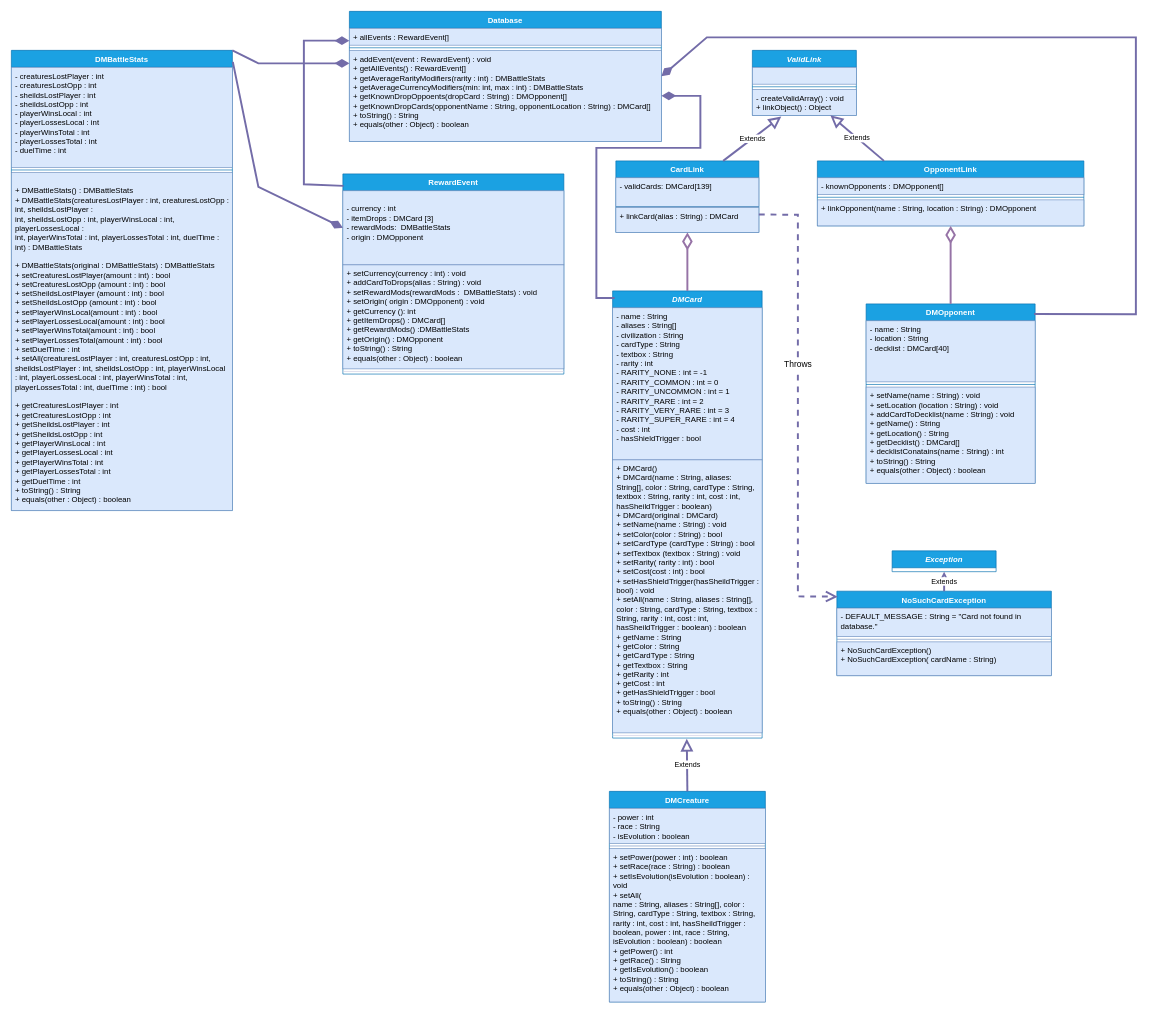
MiraCosta-Varga/cs112-ud1-oop-uml-schoolCorey keeps this draw.io diagram as UML.drawio. Above is the earlier version. Source tidied: cells renumbered, new cells numbered last; positions are measured from the earlier drawing's top-left corner, leaving out a move shared by most shapes. Both pictures are drawn from the tidied source at 65%, with x=0, y=0 at pixel (11, 11).
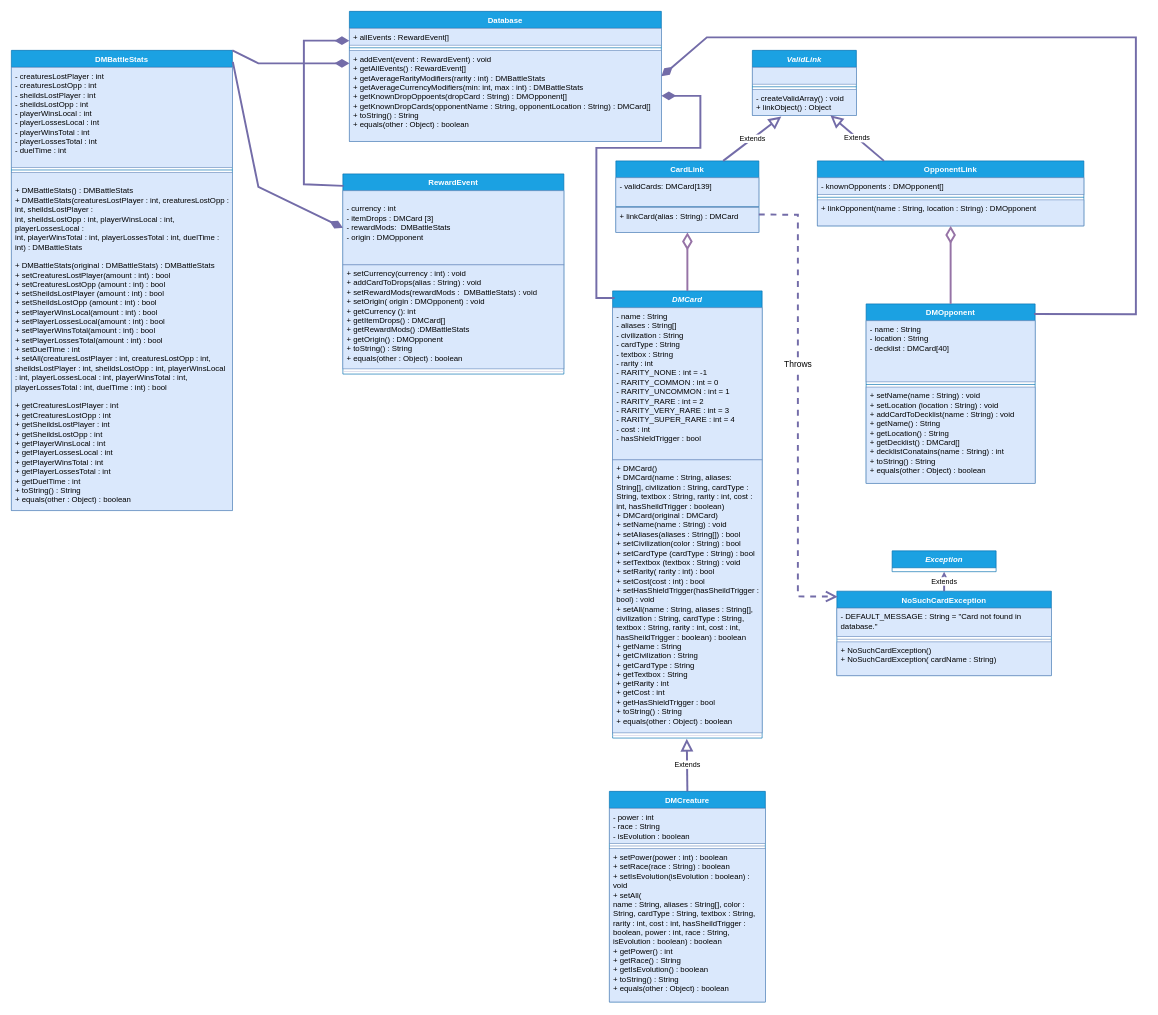
The same diagram, later.

Commit message (it also covers changes not shown here):
DMCard/Tester created up to contstructors.

Unchanged cells that the change refers to:
```xml
<mxCell id="6" value="&lt;i&gt;DMCard&lt;/i&gt;" style="swimlane;fontStyle=1;align=center;verticalAlign=top;horizontal=1;startSize=26;whiteSpace=wrap;html=1;rounded=0;labelBackgroundColor=none;fillColor=#1ba1e2;strokeColor=#006EAF;fontColor=#ffffff;" parent="1" vertex="1">
  <mxGeometry x="925" y="430" width="230" height="688" as="geometry" />
</mxCell>
```

Diff of the diagram source:
```diff
@@
-    <mxCell id="8" value="&lt;div&gt;+ DMCard()&lt;/div&gt;&lt;div&gt;+ DMCard(name : String, aliases: String[], color : String, cardType : String, textbox : String, rarity : int, cost : int, hasSheildTrigger : boolean)&lt;/div&gt;&lt;div&gt;+ DMCard(original : DMCard)&lt;br&gt;&lt;/div&gt;&lt;div&gt;+ setName(name : String) : void&lt;br&gt;&lt;/div&gt;&lt;div&gt;+ setColor(color : String) : bool&lt;br&gt;&lt;/div&gt;&lt;div&gt;+ setCardType (cardType : String) : bool&lt;br&gt;&lt;/div&gt;&lt;div&gt;+ setTextbox (textbox : String) : void&lt;br&gt;&lt;/div&gt;&lt;div&gt;+ setRarity( rarity : int) : bool&lt;br&gt;&lt;/div&gt;&lt;div&gt;+ setCost(cost : int) : bool&lt;br&gt;&lt;/div&gt;&lt;div&gt;+ setHasShieldTrigger(hasSheildTrigger : bool) : void&lt;/div&gt;&lt;div&gt;+ setAll(name : String, aliases : String[], color : String, cardType : String, textbox : String, rarity : int, cost : int, hasSheildTrigger : boolean) : boolean&lt;br&gt;&lt;/div&gt;&lt;div&gt;&lt;div&gt;+ getName : String&lt;/div&gt;&lt;div&gt;+ getColor : String&lt;br&gt;&lt;/div&gt;&lt;div&gt;+ getCardType : String&lt;/div&gt;&lt;div&gt;+ getTextbox : String&lt;br&gt;&lt;/div&gt;&lt;div&gt;+ getRarity : int&lt;/div&gt;&lt;div&gt;+ getCost : int&lt;/div&gt;&lt;div&gt;+ getHasShieldTrigger : bool&lt;br&gt;&lt;/div&gt;&lt;div&gt;+ toString() : String&lt;/div&gt;&lt;div&gt;+ equals(other : Object) : boolean&lt;br&gt;&lt;br&gt;&lt;/div&gt;&lt;br&gt;&lt;br&gt;&lt;/div&gt;" style="text;strokeColor=#6c8ebf;fillColor=#dae8fc;align=left;verticalAlign=top;spacingLeft=4;spacingRight=4;overflow=hidden;whiteSpace=wrap;html=1;rounded=0;labelBackgroundColor=none;" parent="6" vertex="1">
+    <mxCell id="8" value="&lt;div&gt;+ DMCard()&lt;/div&gt;&lt;div&gt;+ DMCard(name : String, aliases: String[], civilization : String, cardType : String, textbox : String, rarity : int, cost : int, hasSheildTrigger : boolean)&lt;/div&gt;&lt;div&gt;+ DMCard(original : DMCard)&lt;br&gt;&lt;/div&gt;&lt;div&gt;+ setName(name : String) : void&lt;br&gt;&lt;/div&gt;&lt;div&gt;+ setAliases(aliases : String[]) : bool&lt;/div&gt;&lt;div&gt;+ setCivilization(color : String) : bool&lt;br&gt;&lt;/div&gt;&lt;div&gt;+ setCardType (cardType : String) : bool&lt;br&gt;&lt;/div&gt;&lt;div&gt;+ setTextbox (textbox : String) : void&lt;br&gt;&lt;/div&gt;&lt;div&gt;+ setRarity( rarity : int) : bool&lt;br&gt;&lt;/div&gt;&lt;div&gt;+ setCost(cost : int) : bool&lt;br&gt;&lt;/div&gt;&lt;div&gt;+ setHasShieldTrigger(hasSheildTrigger : bool) : void&lt;/div&gt;&lt;div&gt;+ setAll(name : String, aliases : String[], civilization : String, cardType : String, textbox : String, rarity : int, cost : int, hasSheildTrigger : boolean) : boolean&lt;br&gt;&lt;/div&gt;&lt;div&gt;&lt;div&gt;+ getName : String&lt;/div&gt;&lt;div&gt;+ getCivilization : String&lt;br&gt;&lt;/div&gt;&lt;div&gt;+ getCardType : String&lt;/div&gt;&lt;div&gt;+ getTextbox : String&lt;br&gt;&lt;/div&gt;&lt;div&gt;+ getRarity : int&lt;/div&gt;&lt;div&gt;+ getCost : int&lt;/div&gt;&lt;div&gt;+ getHasShieldTrigger : bool&lt;br&gt;&lt;/div&gt;&lt;div&gt;+ toString() : String&lt;/div&gt;&lt;div&gt;+ equals(other : Object) : boolean&lt;br&gt;&lt;br&gt;&lt;/div&gt;&lt;br&gt;&lt;br&gt;&lt;/div&gt;" style="text;strokeColor=#6c8ebf;fillColor=#dae8fc;align=left;verticalAlign=top;spacingLeft=4;spacingRight=4;overflow=hidden;whiteSpace=wrap;html=1;rounded=0;labelBackgroundColor=none;" parent="6" vertex="1">
       <mxGeometry y="260" width="230" height="420" as="geometry" />
     </mxCell>
```
